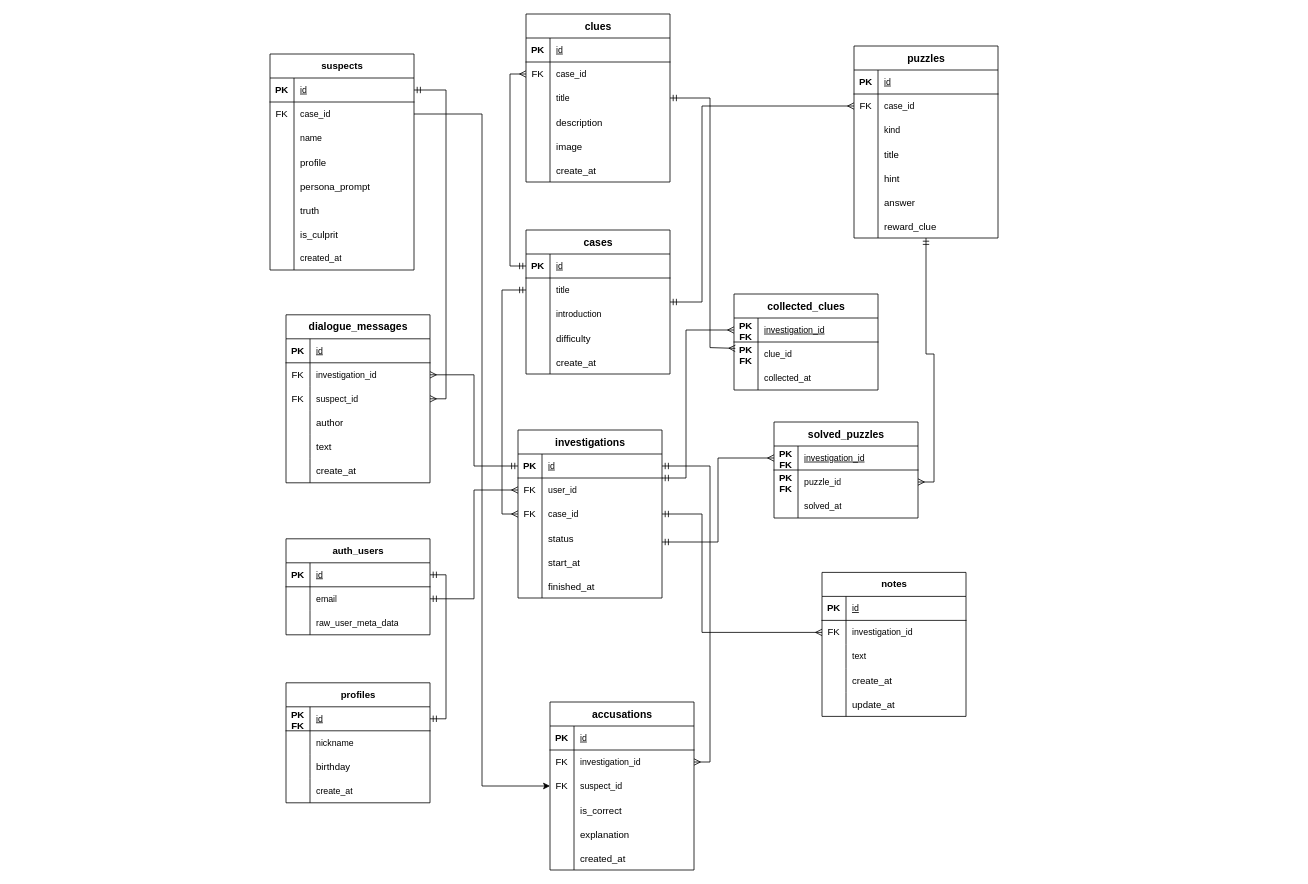
Above: Documentation/er-диаграмма для бд.drawio in rerazin-off/ColdTrail (draw.io), before the change. Source tidied: cells renumbered, new cells numbered last; positions are measured from the earlier drawing's top-left corner, leaving out a move shared by most shapes. Both pictures are drawn from the tidied source at 80%, with x=0, y=0 at pixel (270, 14).
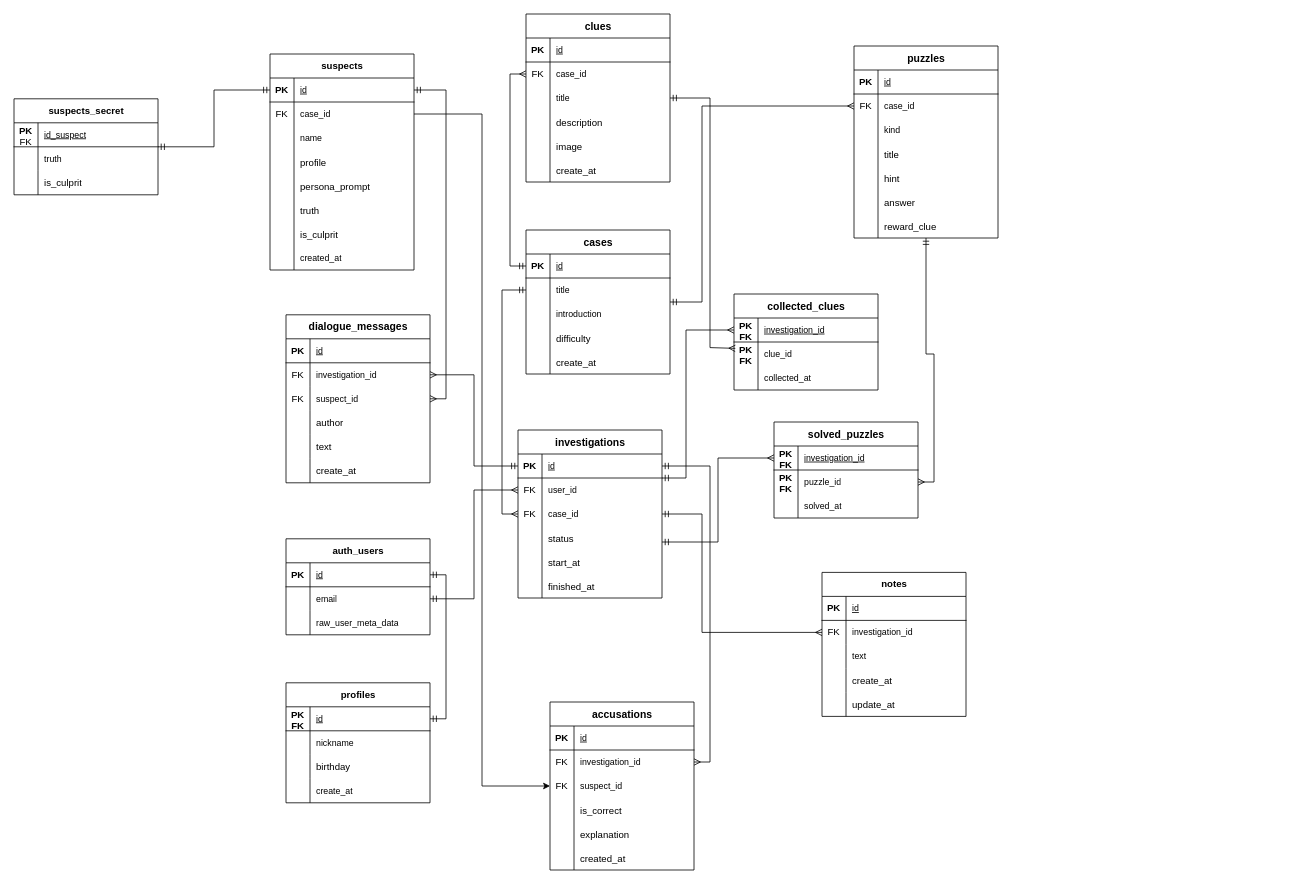
The same diagram, later.

The change refers to these unchanged cells:
```xml
<mxCell id="109" style="shape=tableRow;horizontal=0;startSize=0;swimlaneHead=0;swimlaneBody=0;fillColor=none;points=[[0,0.5],[1,0.5]];portConstraint=eastwest;top=0;left=0;right=0;bottom=1;" parent="108" vertex="1">
  <mxGeometry y="30" width="180" height="30" as="geometry" />
</mxCell>
```

Diff of the diagram source:
```diff
@@
+    <mxCell id="215" style="edgeStyle=orthogonalEdgeStyle;rounded=0;jettySize=auto;html=1;startArrow=ERmandOne;startFill=0;endArrow=ERmandOne;endFill=0;" parent="1" edge="1" source="216" target="109">
+      <mxGeometry relative="1" as="geometry" />
+    </mxCell>
+    <mxCell id="216" value="suspects_secret" style="shape=table;startSize=30;childLayout=tableLayout;rowLines=0;fontStyle=1;align=center;html=1;" parent="1" vertex="1">
+      <mxGeometry x="-320" y="106" width="180" height="120" as="geometry" />
+    </mxCell>
+    <mxCell id="217" style="shape=tableRow;horizontal=0;startSize=0;swimlaneHead=0;swimlaneBody=0;fillColor=none;top=0;left=0;right=0;bottom=1;" parent="216" vertex="1">
+      <mxGeometry y="30" width="180" height="30" as="geometry" />
+    </mxCell>
+    <mxCell id="218" value="PK&lt;div&gt;&lt;span style=&quot;font-weight: 400;&quot;&gt;FK&lt;/span&gt;&lt;/div&gt;" style="shape=partialRectangle;fillColor=none;top=0;left=0;bottom=0;right=0;fontStyle=1;overflow=hidden;whiteSpace=wrap;html=1;" parent="217" vertex="1">
+      <mxGeometry width="30" height="30" as="geometry" />
+    </mxCell>
+    <mxCell id="219" value="&lt;span style=&quot;font-size: 11px; font-weight: 400; text-wrap-mode: nowrap;&quot;&gt;id_suspect&lt;/span&gt;" style="shape=partialRectangle;fillColor=none;top=0;left=0;bottom=0;right=0;align=left;spacingLeft=6;fontStyle=5;overflow=hidden;whiteSpace=wrap;html=1;" parent="217" vertex="1">
+      <mxGeometry x="30" width="150" height="30" as="geometry" />
+    </mxCell>
+    <mxCell id="220" style="shape=tableRow;horizontal=0;startSize=0;swimlaneHead=0;swimlaneBody=0;fillColor=none;top=0;left=0;right=0;bottom=0;" parent="216" vertex="1">
+      <mxGeometry y="60" width="180" height="30" as="geometry" />
+    </mxCell>
+    <mxCell id="221" style="shape=partialRectangle;fillColor=none;top=0;left=0;bottom=0;right=0;overflow=hidden;whiteSpace=wrap;html=1;" parent="220" vertex="1">
+      <mxGeometry width="30" height="30" as="geometry" />
+    </mxCell>
+    <mxCell id="222" value="&lt;span style=&quot;font-size: 11px; text-wrap-mode: nowrap;&quot;&gt;truth&lt;/span&gt;" style="shape=partialRectangle;fillColor=none;top=0;left=0;bottom=0;right=0;align=left;spacingLeft=6;overflow=hidden;whiteSpace=wrap;html=1;" parent="220" vertex="1">
+      <mxGeometry x="30" width="150" height="30" as="geometry" />
+    </mxCell>
+    <mxCell id="223" style="shape=tableRow;horizontal=0;startSize=0;swimlaneHead=0;swimlaneBody=0;fillColor=none;top=0;left=0;right=0;bottom=0;" parent="216" vertex="1">
+      <mxGeometry y="90" width="180" height="30" as="geometry" />
+    </mxCell>
+    <mxCell id="224" style="shape=partialRectangle;fillColor=none;top=0;left=0;bottom=0;right=0;overflow=hidden;whiteSpace=wrap;html=1;" parent="223" vertex="1">
+      <mxGeometry width="30" height="30" as="geometry" />
+    </mxCell>
+    <mxCell id="225" value="&lt;span style=&quot;text-wrap-mode: nowrap;&quot;&gt;is_culprit&lt;/span&gt;" style="shape=partialRectangle;fillColor=none;top=0;left=0;bottom=0;right=0;align=left;spacingLeft=6;overflow=hidden;whiteSpace=wrap;html=1;" parent="223" vertex="1">
+      <mxGeometry x="30" width="150" height="30" as="geometry" />
+    </mxCell>
```
